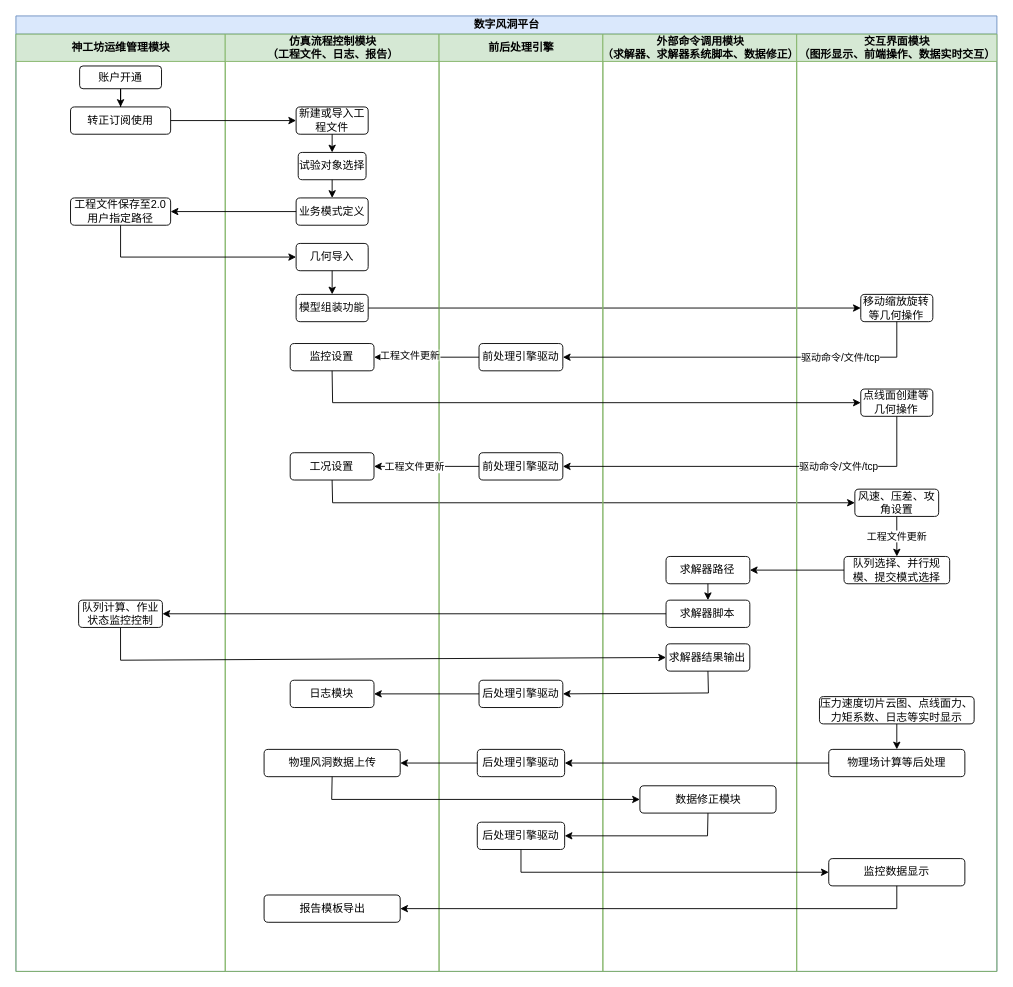
Above: 泳道.drawio in tanjj1228/personal (draw.io), before the change. Source tidied: cells renumbered, new cells numbered last; positions are measured from the earlier drawing's top-left corner, leaving out a move shared by most shapes. Both pictures are drawn from the tidied source at 91%, with x=0, y=0 at pixel (15, 15).
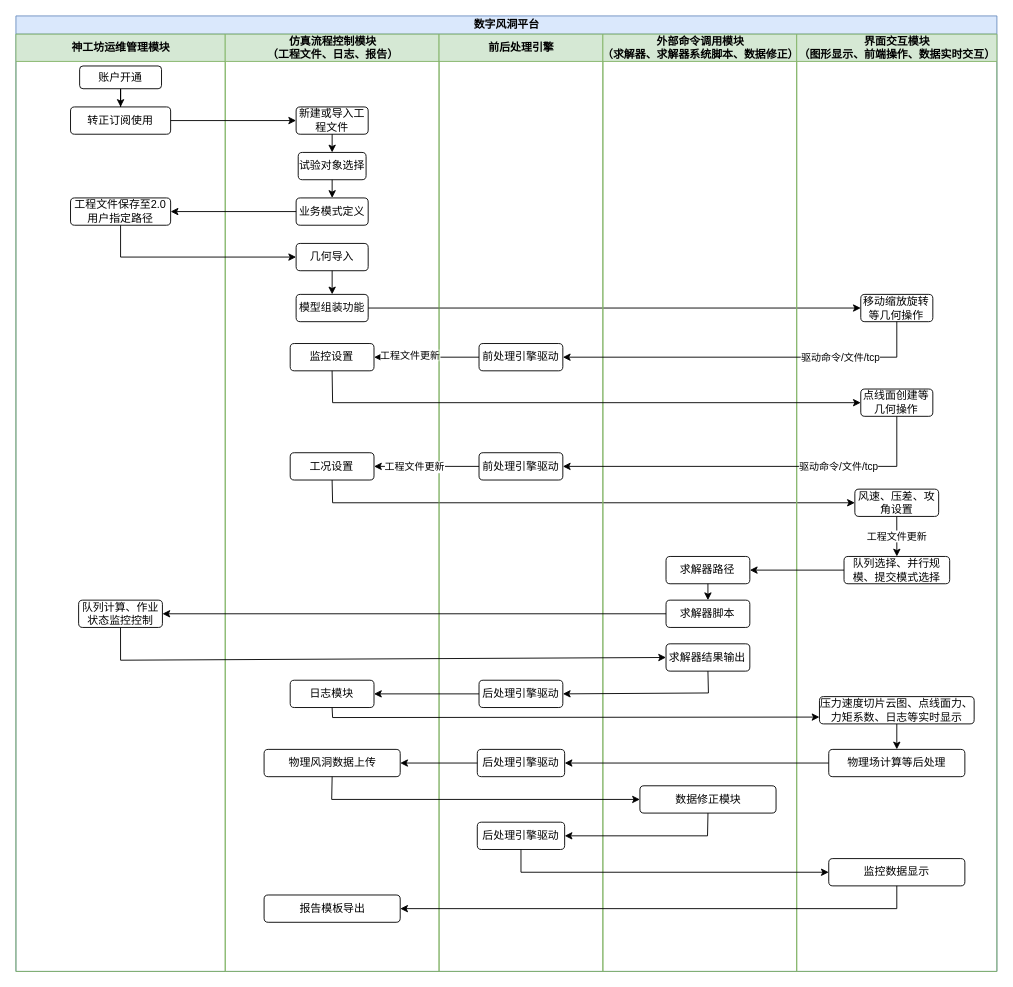
The same diagram, later.

Unchanged cells that the change refers to:
```xml
<mxCell id="2" value="数字风洞平台" style="swimlane;startSize=20;html=1;fillColor=#dae8fc;strokeColor=#6c8ebf;" parent="1" vertex="1">
  <mxGeometry width="1078" height="1050" as="geometry" />
</mxCell>
<mxCell id="49" value="日志模块" style="whiteSpace=wrap;html=1;rounded=1;" parent="39" vertex="1">
  <mxGeometry x="-556.6" y="710" width="92.1" height="30" as="geometry" />
</mxCell>
<mxCell id="50" value="压力速度切片云图、点线面力、力矩系数、日志等实时显示" style="whiteSpace=wrap;html=1;rounded=1;" parent="39" vertex="1">
  <mxGeometry x="25" y="728" width="170" height="30" as="geometry" />
</mxCell>
```

Change to the diagram source:
```diff
@@
-    <mxCell id="39" value="交互界面模块&lt;br&gt;（图形显示、前端操作、数据实时交互）" style="swimlane;startSize=30;html=1;fillColor=#d5e8d4;strokeColor=#82b366;" parent="2" vertex="1">
+    <mxCell id="39" value="界面交互模块&lt;br&gt;（图形显示、前端操作、数据实时交互）" style="swimlane;startSize=30;html=1;fillColor=#d5e8d4;strokeColor=#82b366;" parent="2" vertex="1">
       <mxGeometry x="858" y="20" width="220" height="1030" as="geometry" />
     </mxCell>
@@
+    <mxCell id="72" style="endArrow=classic;html=1;rounded=0;exitX=0.5;exitY=1;exitDx=0;exitDy=0;entryX=0;entryY=0.75;entryDx=0;entryDy=0;" parent="39" edge="1" source="49" target="50">
+      <mxGeometry relative="1" as="geometry">
+        <Array as="points">
+          <mxPoint x="-510" y="751" />
+        </Array>
+      </mxGeometry>
+    </mxCell>
```
